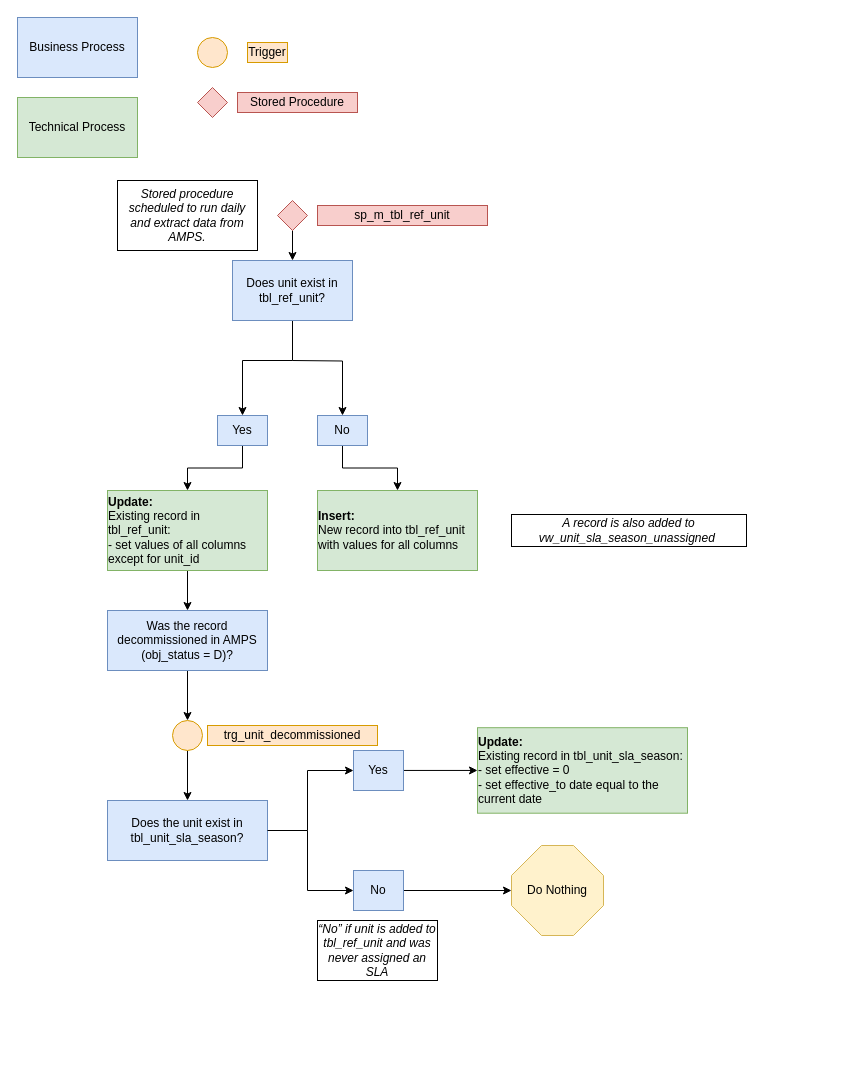
This is images/trg_unit_decommissioned.drawio from NYC-Parks/SLADB, a draw.io file, before an edit. Source tidied: cells renumbered, new cells numbered last; positions are measured from the earlier drawing's top-left corner, leaving out a move shared by most shapes. Both pictures are drawn from the tidied source at 100%, with x=0, y=0 at pixel (17, 17).
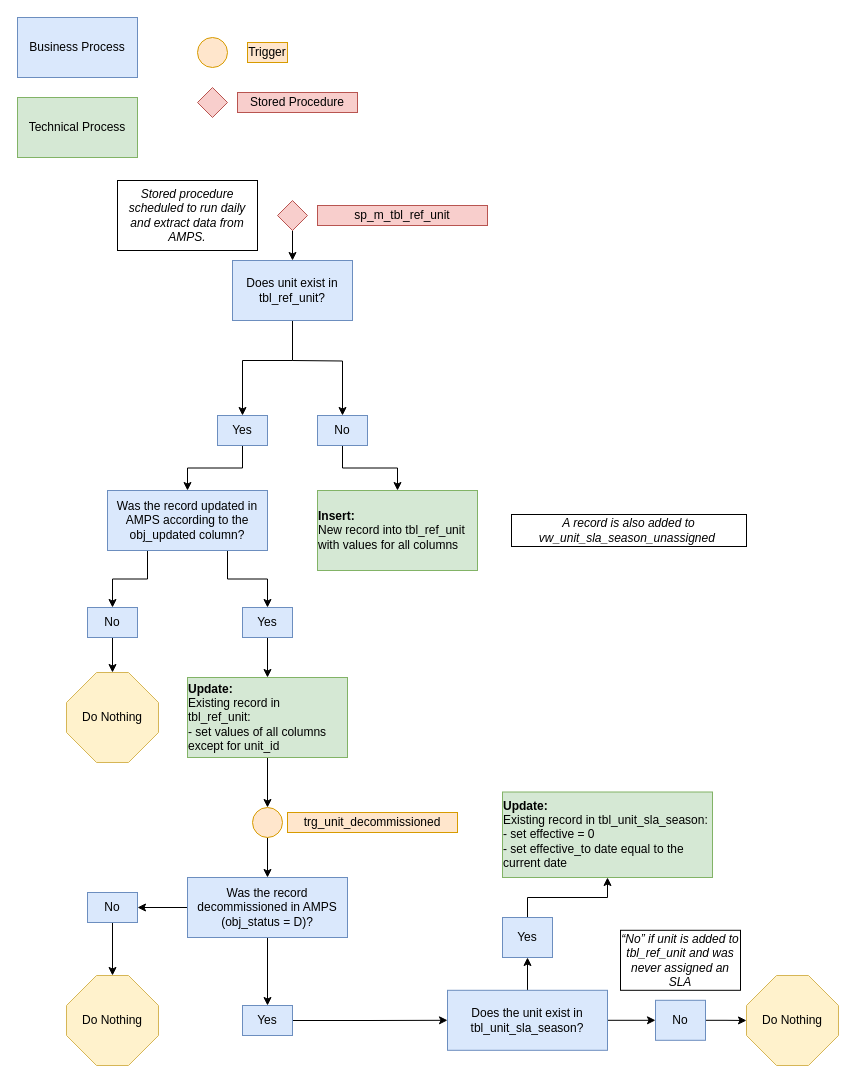
Above is the later version.

Commit message:
Added additional logic for trigger

The change refers to these unchanged cells:
```xml
<mxCell id="12" value="Yes" style="rounded=0;whiteSpace=wrap;html=1;fillColor=#dae8fc;strokeColor=#6c8ebf;" parent="1" vertex="1">
  <mxGeometry x="200" y="398" width="50" height="30" as="geometry" />
</mxCell>
```

Diff of the diagram source:
```diff
@@
-    <mxCell id="2" style="edgeStyle=orthogonalEdgeStyle;rounded=0;jettySize=auto;html=1;exitX=0.5;exitY=1;exitDx=0;exitDy=0;entryX=0.5;entryY=0;entryDx=0;entryDy=0;" parent="1" edge="1" source="3" target="37">
-      <mxGeometry relative="1" as="geometry" />
-    </mxCell>
+    <mxCell id="38" style="edgeStyle=orthogonalEdgeStyle;rounded=0;jettySize=auto;html=1;exitX=0.5;exitY=1;exitDx=0;exitDy=0;entryX=0.5;entryY=0;entryDx=0;entryDy=0;" parent="1" edge="1" source="3" target="55">
+      <mxGeometry relative="1" as="geometry" />
+    </mxCell>
+    <mxCell id="39" style="edgeStyle=orthogonalEdgeStyle;rounded=0;jettySize=auto;html=1;exitX=0;exitY=0.5;exitDx=0;exitDy=0;entryX=1;entryY=0.5;entryDx=0;entryDy=0;" parent="1" edge="1" source="3" target="53">
+      <mxGeometry relative="1" as="geometry" />
+    </mxCell>
     <mxCell id="3" value="Was the record decommissioned in AMPS (obj_status = D)?" style="rounded=0;whiteSpace=wrap;html=1;fontSize=12;glass=0;strokeWidth=1;shadow=0;fillColor=#dae8fc;strokeColor=#6c8ebf;" parent="1" vertex="1">
-      <mxGeometry x="90" y="593" width="160" height="60" as="geometry" />
+      <mxGeometry x="170" y="860" width="160" height="60" as="geometry" />
     </mxCell>
@@
-    <mxCell id="11" style="edgeStyle=orthogonalEdgeStyle;rounded=0;jettySize=auto;html=1;exitX=0.5;exitY=1;exitDx=0;exitDy=0;entryX=0.5;entryY=0;entryDx=0;entryDy=0;" parent="1" edge="1" source="12" target="34">
-      <mxGeometry relative="1" as="geometry" />
-    </mxCell>
+    <mxCell id="40" style="edgeStyle=orthogonalEdgeStyle;rounded=0;jettySize=auto;html=1;exitX=0.5;exitY=1;exitDx=0;exitDy=0;entryX=0.5;entryY=0;entryDx=0;entryDy=0;" parent="1" edge="1" source="12" target="46">
+      <mxGeometry relative="1" as="geometry" />
+    </mxCell>
@@
     <mxCell id="16" value="trg_unit_decommissioned" style="text;html=1;strokeColor=#d79b00;fillColor=#ffe6cc;align=center;verticalAlign=middle;whiteSpace=wrap;rounded=0;" parent="1" vertex="1">
-      <mxGeometry x="190" y="708" width="170" height="20" as="geometry" />
+      <mxGeometry x="270" y="795" width="170" height="20" as="geometry" />
     </mxCell>
@@
+    <mxCell id="41" style="edgeStyle=orthogonalEdgeStyle;rounded=0;jettySize=auto;html=1;" parent="1" edge="1" source="18" target="22">
+      <mxGeometry relative="1" as="geometry" />
+    </mxCell>
+    <mxCell id="19" style="edgeStyle=orthogonalEdgeStyle;rounded=0;jettySize=auto;html=1;exitX=1;exitY=0.5;exitDx=0;exitDy=0;entryX=0;entryY=0.5;entryDx=0;entryDy=0;" parent="1" edge="1" source="18" target="24">
+      <mxGeometry relative="1" as="geometry" />
+    </mxCell>
     <mxCell id="18" value="Does the unit exist in tbl_unit_sla_season?&lt;br&gt;" style="rounded=0;whiteSpace=wrap;html=1;fillColor=#dae8fc;strokeColor=#6c8ebf;" parent="1" vertex="1">
-      <mxGeometry x="90" y="783" width="160" height="60" as="geometry" />
+      <mxGeometry x="430" y="972.8" width="160" height="60" as="geometry" />
     </mxCell>
-    <mxCell id="19" style="endArrow=classic;html=1;rounded=0;edgeStyle=orthogonalEdgeStyle;entryX=0;entryY=0.5;entryDx=0;entryDy=0;" parent="1" edge="1" source="18" target="24">
-      <mxGeometry relative="1" as="geometry">
-        <Array as="points">
-          <mxPoint x="290" y="813" />
-          <mxPoint x="290" y="873" />
-        </Array>
-      </mxGeometry>
-    </mxCell>
-    <mxCell id="20" style="endArrow=classic;html=1;edgeStyle=orthogonalEdgeStyle;rounded=0;entryX=0;entryY=0.5;entryDx=0;entryDy=0;" parent="1" edge="1" target="22">
-      <mxGeometry relative="1" as="geometry">
-        <mxPoint x="290" y="813" as="sourcePoint" />
-        <Array as="points">
-          <mxPoint x="290" y="753" />
-        </Array>
-      </mxGeometry>
-    </mxCell>
-    <mxCell id="21" style="edgeStyle=orthogonalEdgeStyle;rounded=0;jettySize=auto;html=1;entryX=0;entryY=0.5;entryDx=0;entryDy=0;" parent="1" edge="1" source="22" target="26">
+    <mxCell id="21" style="edgeStyle=orthogonalEdgeStyle;rounded=0;jettySize=auto;html=1;exitX=0.5;exitY=0;exitDx=0;exitDy=0;" parent="1" edge="1" source="22" target="26">
       <mxGeometry relative="1" as="geometry" />
     </mxCell>
     <mxCell id="22" value="Yes" style="rounded=0;whiteSpace=wrap;html=1;fillColor=#dae8fc;strokeColor=#6c8ebf;" parent="1" vertex="1">
-      <mxGeometry x="336" y="733" width="50" height="40" as="geometry" />
+      <mxGeometry x="485" y="900" width="50" height="40" as="geometry" />
     </mxCell>
@@
     <mxCell id="24" value="No" style="rounded=0;whiteSpace=wrap;html=1;fillColor=#dae8fc;strokeColor=#6c8ebf;" parent="1" vertex="1">
-      <mxGeometry x="336" y="853" width="50" height="40" as="geometry" />
+      <mxGeometry x="638" y="982.8" width="50" height="40" as="geometry" />
     </mxCell>
     <mxCell id="25" value="Do Nothing" style="whiteSpace=wrap;html=1;shape=mxgraph.basic.octagon2;align=center;verticalAlign=middle;dx=15;fillColor=#fff2cc;strokeColor=#d6b656;" parent="1" vertex="1">
-      <mxGeometry x="494" y="828" width="92" height="90" as="geometry" />
+      <mxGeometry x="729" y="958" width="92" height="90" as="geometry" />
     </mxCell>
     <mxCell id="26" value="&lt;div style=&quot;text-align: left&quot;&gt;&lt;b&gt;Update:&lt;/b&gt;&lt;/div&gt;&lt;div style=&quot;text-align: left&quot;&gt;Existing record in tbl_unit_sla_season:&lt;/div&gt;&lt;div style=&quot;text-align: left&quot;&gt;- set effective = 0&lt;/div&gt;&lt;div style=&quot;text-align: left&quot;&gt;- set effective_to date equal to the current date&lt;/div&gt;" style="rounded=0;whiteSpace=wrap;html=1;fillColor=#d5e8d4;strokeColor=#82b366;" parent="1" vertex="1">
-      <mxGeometry x="460" y="710.2" width="210" height="85.5" as="geometry" />
+      <mxGeometry x="485" y="774.5" width="210" height="85.5" as="geometry" />
     </mxCell>
@@
     <mxCell id="28" value="&lt;span id=&quot;docs-internal-guid-5fe48b0e-7fff-a765-be8b-5b3e4f1d802c&quot;&gt;&lt;span style=&quot;font-family: &amp;quot;arial&amp;quot; ; background-color: transparent ; vertical-align: baseline&quot;&gt;&lt;font style=&quot;font-size: 12px&quot;&gt;“No” if unit is added to tbl_ref_unit and was never assigned an SLA&lt;/font&gt;&lt;/span&gt;&lt;/span&gt;" style="rounded=0;whiteSpace=wrap;html=1;fillColor=none;fontStyle=2;" parent="1" vertex="1">
-      <mxGeometry x="300" y="903" width="120" height="60" as="geometry" />
+      <mxGeometry x="603" y="912.8" width="120" height="60" as="geometry" />
     </mxCell>
@@
-    <mxCell id="33" style="edgeStyle=orthogonalEdgeStyle;rounded=0;jettySize=auto;html=1;exitX=0.5;exitY=1;exitDx=0;exitDy=0;entryX=0.5;entryY=0;entryDx=0;entryDy=0;" parent="1" edge="1" source="34" target="3">
-      <mxGeometry relative="1" as="geometry" />
-    </mxCell>
+    <mxCell id="42" style="edgeStyle=orthogonalEdgeStyle;rounded=0;jettySize=auto;html=1;exitX=0.5;exitY=1;exitDx=0;exitDy=0;entryX=0.5;entryY=0;entryDx=0;entryDy=0;" parent="1" edge="1" source="34" target="37">
+      <mxGeometry relative="1" as="geometry" />
+    </mxCell>
     <mxCell id="34" value="&lt;div style=&quot;text-align: left&quot;&gt;&lt;b&gt;Update:&lt;/b&gt;&lt;/div&gt;&lt;div style=&quot;text-align: left&quot;&gt;Existing record in tbl_ref_unit:&lt;/div&gt;&lt;div style=&quot;text-align: left&quot;&gt;- set values of all columns except for unit_id&lt;/div&gt;" style="rounded=0;whiteSpace=wrap;html=1;fillColor=#d5e8d4;strokeColor=#82b366;" parent="1" vertex="1">
-      <mxGeometry x="90" y="473" width="160" height="80" as="geometry" />
+      <mxGeometry x="170" y="660" width="160" height="80" as="geometry" />
     </mxCell>
@@
-    <mxCell id="36" style="edgeStyle=orthogonalEdgeStyle;rounded=0;jettySize=auto;html=1;exitX=0.5;exitY=1;exitDx=0;exitDy=0;entryX=0.5;entryY=0;entryDx=0;entryDy=0;" parent="1" edge="1" source="37" target="18">
-      <mxGeometry relative="1" as="geometry" />
-    </mxCell>
+    <mxCell id="43" style="edgeStyle=orthogonalEdgeStyle;rounded=0;jettySize=auto;html=1;exitX=0.5;exitY=1;exitDx=0;exitDy=0;entryX=0.5;entryY=0;entryDx=0;entryDy=0;" parent="1" edge="1" source="37" target="3">
+      <mxGeometry relative="1" as="geometry" />
+    </mxCell>
     <mxCell id="37" style="ellipse;whiteSpace=wrap;html=1;fillColor=#ffe6cc;strokeColor=#d79b00;" parent="1" vertex="1">
-      <mxGeometry x="155" y="703" width="30" height="30" as="geometry" />
+      <mxGeometry x="235" y="790" width="30" height="30" as="geometry" />
     </mxCell>
+    <mxCell id="44" style="edgeStyle=orthogonalEdgeStyle;rounded=0;jettySize=auto;html=1;exitX=0.75;exitY=1;exitDx=0;exitDy=0;entryX=0.5;entryY=0;entryDx=0;entryDy=0;" parent="1" edge="1" source="46" target="48">
+      <mxGeometry relative="1" as="geometry" />
+    </mxCell>
+    <mxCell id="45" style="edgeStyle=orthogonalEdgeStyle;rounded=0;jettySize=auto;html=1;exitX=0.25;exitY=1;exitDx=0;exitDy=0;entryX=0.5;entryY=0;entryDx=0;entryDy=0;" parent="1" edge="1" source="46" target="50">
+      <mxGeometry relative="1" as="geometry" />
+    </mxCell>
+    <mxCell id="46" value="Was the record updated in AMPS according to the obj_updated column?" style="rounded=0;whiteSpace=wrap;html=1;fillColor=#dae8fc;strokeColor=#6c8ebf;" parent="1" vertex="1">
+      <mxGeometry x="90" y="473" width="160" height="60" as="geometry" />
+    </mxCell>
+    <mxCell id="47" style="edgeStyle=orthogonalEdgeStyle;rounded=0;jettySize=auto;html=1;exitX=0.5;exitY=1;exitDx=0;exitDy=0;" parent="1" edge="1" source="48" target="34">
+      <mxGeometry relative="1" as="geometry" />
+    </mxCell>
+    <mxCell id="48" value="Yes" style="rounded=0;whiteSpace=wrap;html=1;fillColor=#dae8fc;strokeColor=#6c8ebf;" parent="1" vertex="1">
+      <mxGeometry x="225" y="590" width="50" height="30" as="geometry" />
+    </mxCell>
+    <mxCell id="49" style="edgeStyle=orthogonalEdgeStyle;rounded=0;jettySize=auto;html=1;exitX=0.5;exitY=1;exitDx=0;exitDy=0;entryX=0.5;entryY=0;entryDx=0;entryDy=0;entryPerimeter=0;" parent="1" edge="1" source="50" target="51">
+      <mxGeometry relative="1" as="geometry" />
+    </mxCell>
+    <mxCell id="50" value="No" style="rounded=0;whiteSpace=wrap;html=1;fillColor=#dae8fc;strokeColor=#6c8ebf;" parent="1" vertex="1">
+      <mxGeometry x="70" y="590" width="50" height="30" as="geometry" />
+    </mxCell>
+    <mxCell id="51" value="Do Nothing" style="whiteSpace=wrap;html=1;shape=mxgraph.basic.octagon2;align=center;verticalAlign=middle;dx=15;fillColor=#fff2cc;strokeColor=#d6b656;" parent="1" vertex="1">
+      <mxGeometry x="49" y="655" width="92" height="90" as="geometry" />
+    </mxCell>
+    <mxCell id="52" style="edgeStyle=orthogonalEdgeStyle;rounded=0;jettySize=auto;html=1;exitX=0.5;exitY=1;exitDx=0;exitDy=0;entryX=0.5;entryY=0;entryDx=0;entryDy=0;entryPerimeter=0;" parent="1" edge="1" source="53" target="56">
+      <mxGeometry relative="1" as="geometry" />
+    </mxCell>
+    <mxCell id="53" value="No" style="rounded=0;whiteSpace=wrap;html=1;fillColor=#dae8fc;strokeColor=#6c8ebf;" parent="1" vertex="1">
+      <mxGeometry x="70" y="875" width="50" height="30" as="geometry" />
+    </mxCell>
+    <mxCell id="54" style="edgeStyle=orthogonalEdgeStyle;rounded=0;jettySize=auto;html=1;exitX=1;exitY=0.5;exitDx=0;exitDy=0;entryX=0;entryY=0.5;entryDx=0;entryDy=0;" parent="1" edge="1" source="55" target="18">
+      <mxGeometry relative="1" as="geometry" />
+    </mxCell>
+    <mxCell id="55" value="Yes" style="rounded=0;whiteSpace=wrap;html=1;fillColor=#dae8fc;strokeColor=#6c8ebf;" parent="1" vertex="1">
+      <mxGeometry x="225" y="988" width="50" height="30" as="geometry" />
+    </mxCell>
+    <mxCell id="56" value="Do Nothing" style="whiteSpace=wrap;html=1;shape=mxgraph.basic.octagon2;align=center;verticalAlign=middle;dx=15;fillColor=#fff2cc;strokeColor=#d6b656;" parent="1" vertex="1">
+      <mxGeometry x="49" y="958" width="92" height="90" as="geometry" />
+    </mxCell>
```
